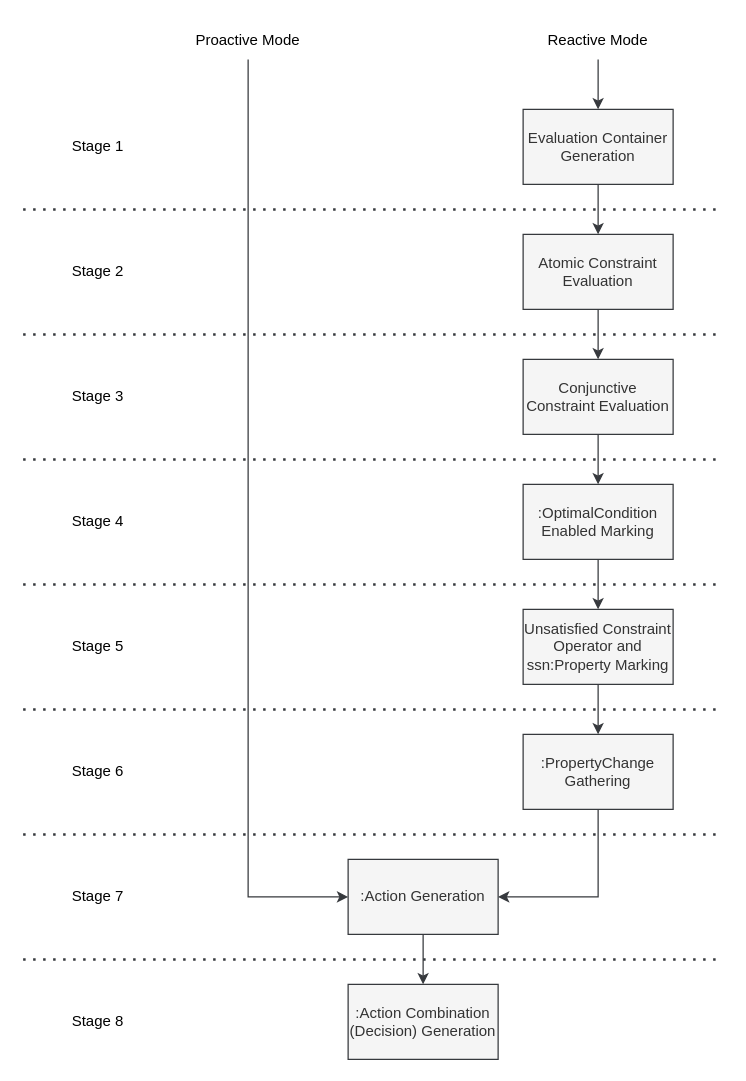
Earlier version of the draw.io diagram Diagrams/inference_algorithm_phase_2.drawio (ivanspajic/ruleless-digital-twins). Source tidied: cells renumbered, new cells numbered last; positions are measured from the earlier drawing's top-left corner, leaving out a move shared by most shapes. Both pictures are drawn from the tidied source at 125%, with x=0, y=0 at pixel (22, 21).
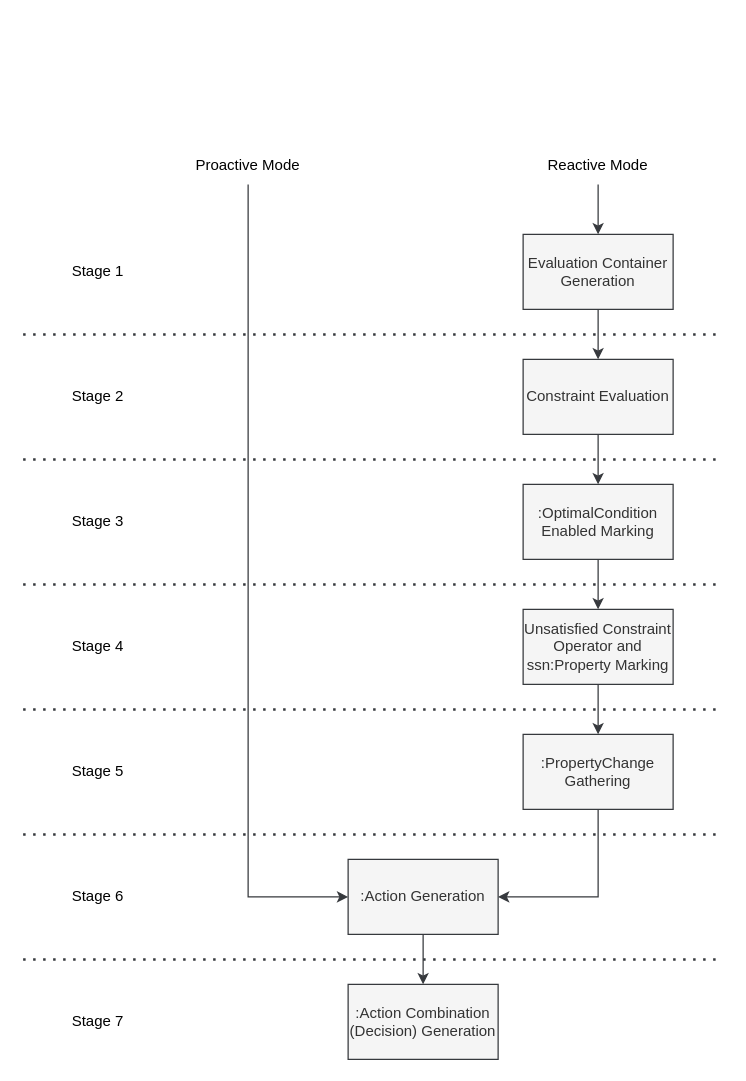
Above is the later version.

The edit, as a diff of the source:
```diff
@@
     <mxCell id="2" value="&lt;div&gt;Evaluation Container Generation&lt;/div&gt;" style="rounded=0;whiteSpace=wrap;html=1;fillColor=#f5f5f5;fontColor=#333333;strokeColor=#36393D;" parent="1" vertex="1">
-      <mxGeometry x="400" y="70" width="120" height="60" as="geometry" />
+      <mxGeometry x="400" y="170" width="120" height="60" as="geometry" />
     </mxCell>
-    <mxCell id="3" value="Atomic Constraint Evaluation" style="rounded=0;whiteSpace=wrap;html=1;fillColor=#f5f5f5;fontColor=#333333;strokeColor=#36393D;" parent="1" vertex="1">
-      <mxGeometry x="400" y="170" width="120" height="60" as="geometry" />
-    </mxCell>
-    <mxCell id="4" value="Conjunctive Constraint Evaluation" style="rounded=0;whiteSpace=wrap;html=1;fillColor=#f5f5f5;fontColor=#333333;strokeColor=#36393D;" parent="1" vertex="1">
+    <mxCell id="4" value="&lt;div&gt;&lt;span style=&quot;background-color: transparent; color: light-dark(rgb(51, 51, 51), rgb(193, 193, 193));&quot;&gt;Constraint Evaluation&lt;/span&gt;&lt;/div&gt;" style="rounded=0;whiteSpace=wrap;html=1;fillColor=#f5f5f5;fontColor=#333333;strokeColor=#36393D;" parent="1" vertex="1">
       <mxGeometry x="400" y="270" width="120" height="60" as="geometry" />
     </mxCell>
@@
     <mxCell id="9" value="Reactive Mode" style="text;html=1;whiteSpace=wrap;align=center;verticalAlign=middle;rounded=0;" parent="1" vertex="1">
-      <mxGeometry x="400" width="120" height="30" as="geometry" />
+      <mxGeometry x="400" y="100" width="120" height="30" as="geometry" />
     </mxCell>
     <mxCell id="10" value="Proactive Mode" style="text;html=1;whiteSpace=wrap;align=center;verticalAlign=middle;rounded=0;" parent="1" vertex="1">
-      <mxGeometry x="110" width="140" height="30" as="geometry" />
+      <mxGeometry x="110" y="100" width="140" height="30" as="geometry" />
     </mxCell>
@@
-    <mxCell id="13" style="endArrow=classic;html=1;rounded=0;exitX=0.5;exitY=1;exitDx=0;exitDy=0;entryX=0.5;entryY=0;entryDx=0;entryDy=0;fillColor=#f5f5f5;strokeColor=#36393D;" parent="1" edge="1" source="2" target="3">
-      <mxGeometry relative="1" as="geometry" />
-    </mxCell>
-    <mxCell id="14" style="endArrow=classic;html=1;rounded=0;exitX=0.5;exitY=1;exitDx=0;exitDy=0;entryX=0.5;entryY=0;entryDx=0;entryDy=0;fillColor=#f5f5f5;strokeColor=#36393D;" parent="1" edge="1" source="3" target="4">
-      <mxGeometry relative="1" as="geometry" />
+    <mxCell id="14" style="endArrow=classic;html=1;rounded=0;exitX=0.5;exitY=1;exitDx=0;exitDy=0;entryX=0.5;entryY=0;entryDx=0;entryDy=0;fillColor=#f5f5f5;strokeColor=#36393D;" parent="1" edge="1" target="4">
+      <mxGeometry relative="1" as="geometry">
+        <mxPoint x="460" y="230" as="sourcePoint" />
+      </mxGeometry>
     </mxCell>
@@
     <mxCell id="21" value="Stage 1" style="text;html=1;align=center;verticalAlign=middle;whiteSpace=wrap;rounded=0;" parent="1" vertex="1">
-      <mxGeometry x="30" y="90" width="60" height="20" as="geometry" />
+      <mxGeometry x="30" y="190" width="60" height="20" as="geometry" />
     </mxCell>
-    <mxCell id="22" value="Stage 2" style="text;html=1;align=center;verticalAlign=middle;whiteSpace=wrap;rounded=0;" parent="1" vertex="1">
-      <mxGeometry x="30" y="190" width="60" height="20" as="geometry" />
-    </mxCell>
-    <mxCell id="23" value="Stage 3" style="text;html=1;align=center;verticalAlign=middle;whiteSpace=wrap;rounded=0;" parent="1" vertex="1">
+    <mxCell id="23" value="Stage 2" style="text;html=1;align=center;verticalAlign=middle;whiteSpace=wrap;rounded=0;" parent="1" vertex="1">
       <mxGeometry x="30" y="290" width="60" height="20" as="geometry" />
     </mxCell>
-    <mxCell id="24" value="Stage 4" style="text;html=1;align=center;verticalAlign=middle;whiteSpace=wrap;rounded=0;" parent="1" vertex="1">
+    <mxCell id="24" value="Stage 3" style="text;html=1;align=center;verticalAlign=middle;whiteSpace=wrap;rounded=0;" parent="1" vertex="1">
       <mxGeometry x="30" y="390" width="60" height="20" as="geometry" />
     </mxCell>
-    <mxCell id="25" value="Stage 5" style="text;html=1;whiteSpace=wrap;align=center;verticalAlign=middle;rounded=0;" parent="1" vertex="1">
+    <mxCell id="25" value="Stage 4" style="text;html=1;whiteSpace=wrap;align=center;verticalAlign=middle;rounded=0;" parent="1" vertex="1">
       <mxGeometry x="30" y="485" width="60" height="30" as="geometry" />
     </mxCell>
-    <mxCell id="26" value="Stage 6" style="text;html=1;whiteSpace=wrap;align=center;verticalAlign=middle;rounded=0;" parent="1" vertex="1">
+    <mxCell id="26" value="Stage 5" style="text;html=1;whiteSpace=wrap;align=center;verticalAlign=middle;rounded=0;" parent="1" vertex="1">
       <mxGeometry x="30" y="585" width="60" height="30" as="geometry" />
     </mxCell>
-    <mxCell id="27" value="Stage 7" style="text;html=1;align=center;verticalAlign=middle;whiteSpace=wrap;rounded=0;" parent="1" vertex="1">
+    <mxCell id="27" value="Stage 6" style="text;html=1;align=center;verticalAlign=middle;whiteSpace=wrap;rounded=0;" parent="1" vertex="1">
       <mxGeometry x="30" y="690" width="60" height="20" as="geometry" />
     </mxCell>
-    <mxCell id="28" value="Stage 8" style="text;html=1;whiteSpace=wrap;align=center;verticalAlign=middle;rounded=0;" parent="1" vertex="1">
+    <mxCell id="28" value="Stage 7" style="text;html=1;whiteSpace=wrap;align=center;verticalAlign=middle;rounded=0;" parent="1" vertex="1">
       <mxGeometry x="30" y="785" width="60" height="30" as="geometry" />
     </mxCell>
-    <mxCell id="29" style="endArrow=none;dashed=1;html=1;dashPattern=1 3;strokeWidth=2;rounded=0;fillColor=#f5f5f5;strokeColor=#36393D;" parent="1" edge="1">
-      <mxGeometry relative="1" as="geometry">
-        <mxPoint y="150" as="sourcePoint" />
-        <mxPoint x="560" y="150" as="targetPoint" />
-      </mxGeometry>
-    </mxCell>
```
